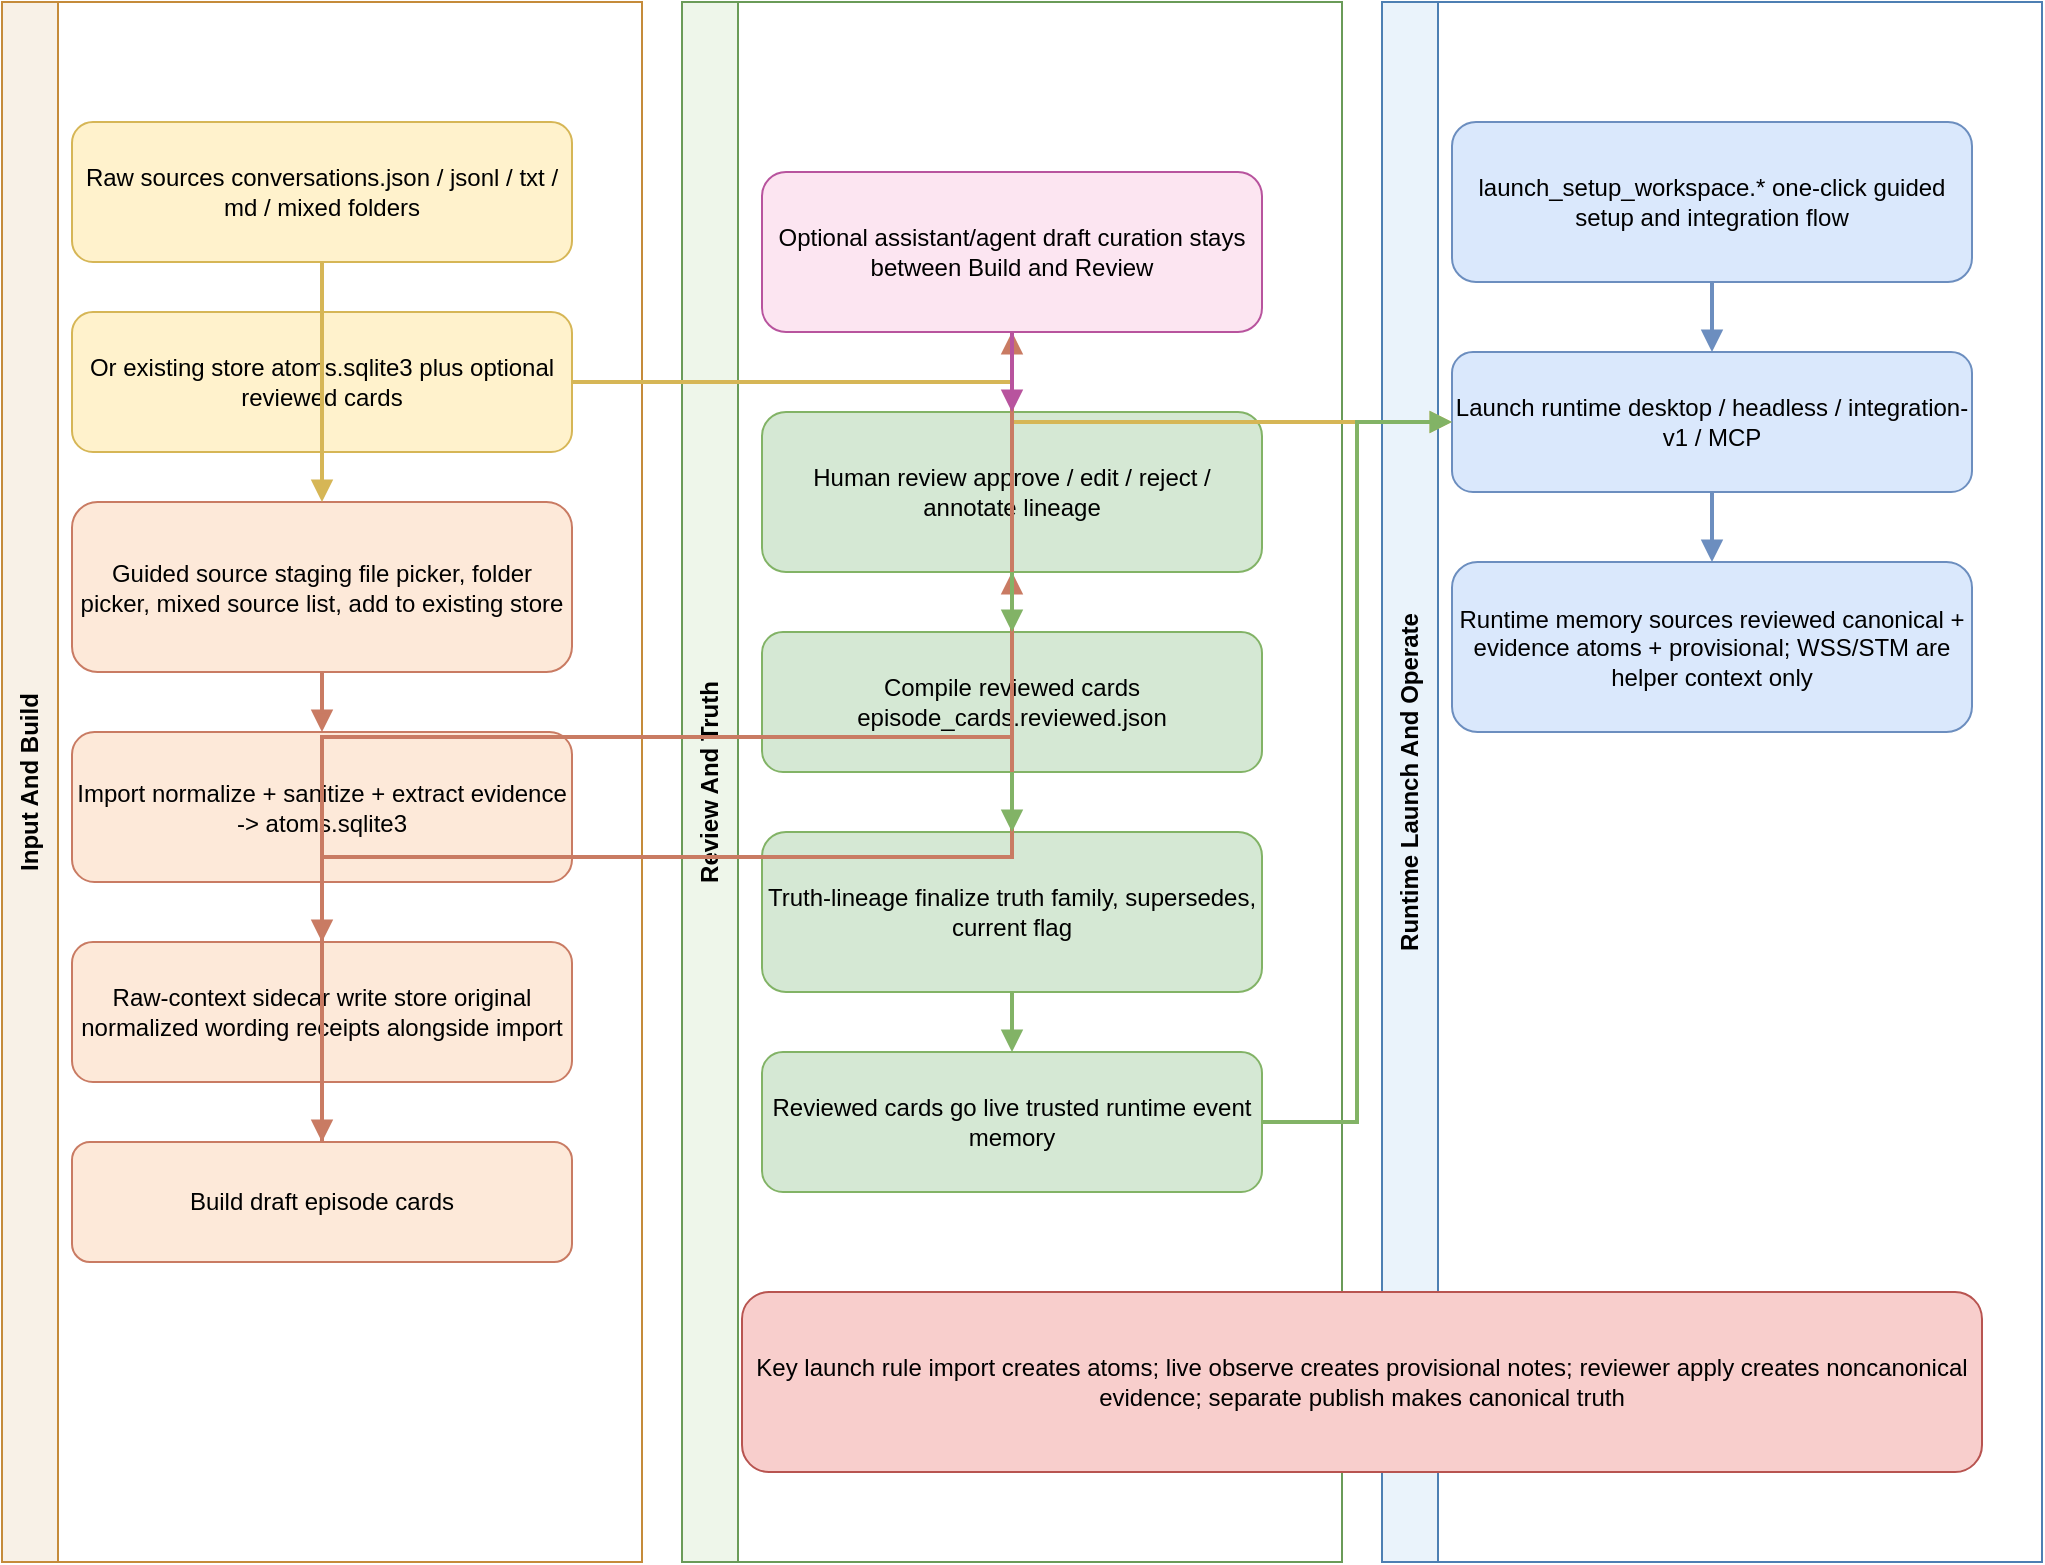
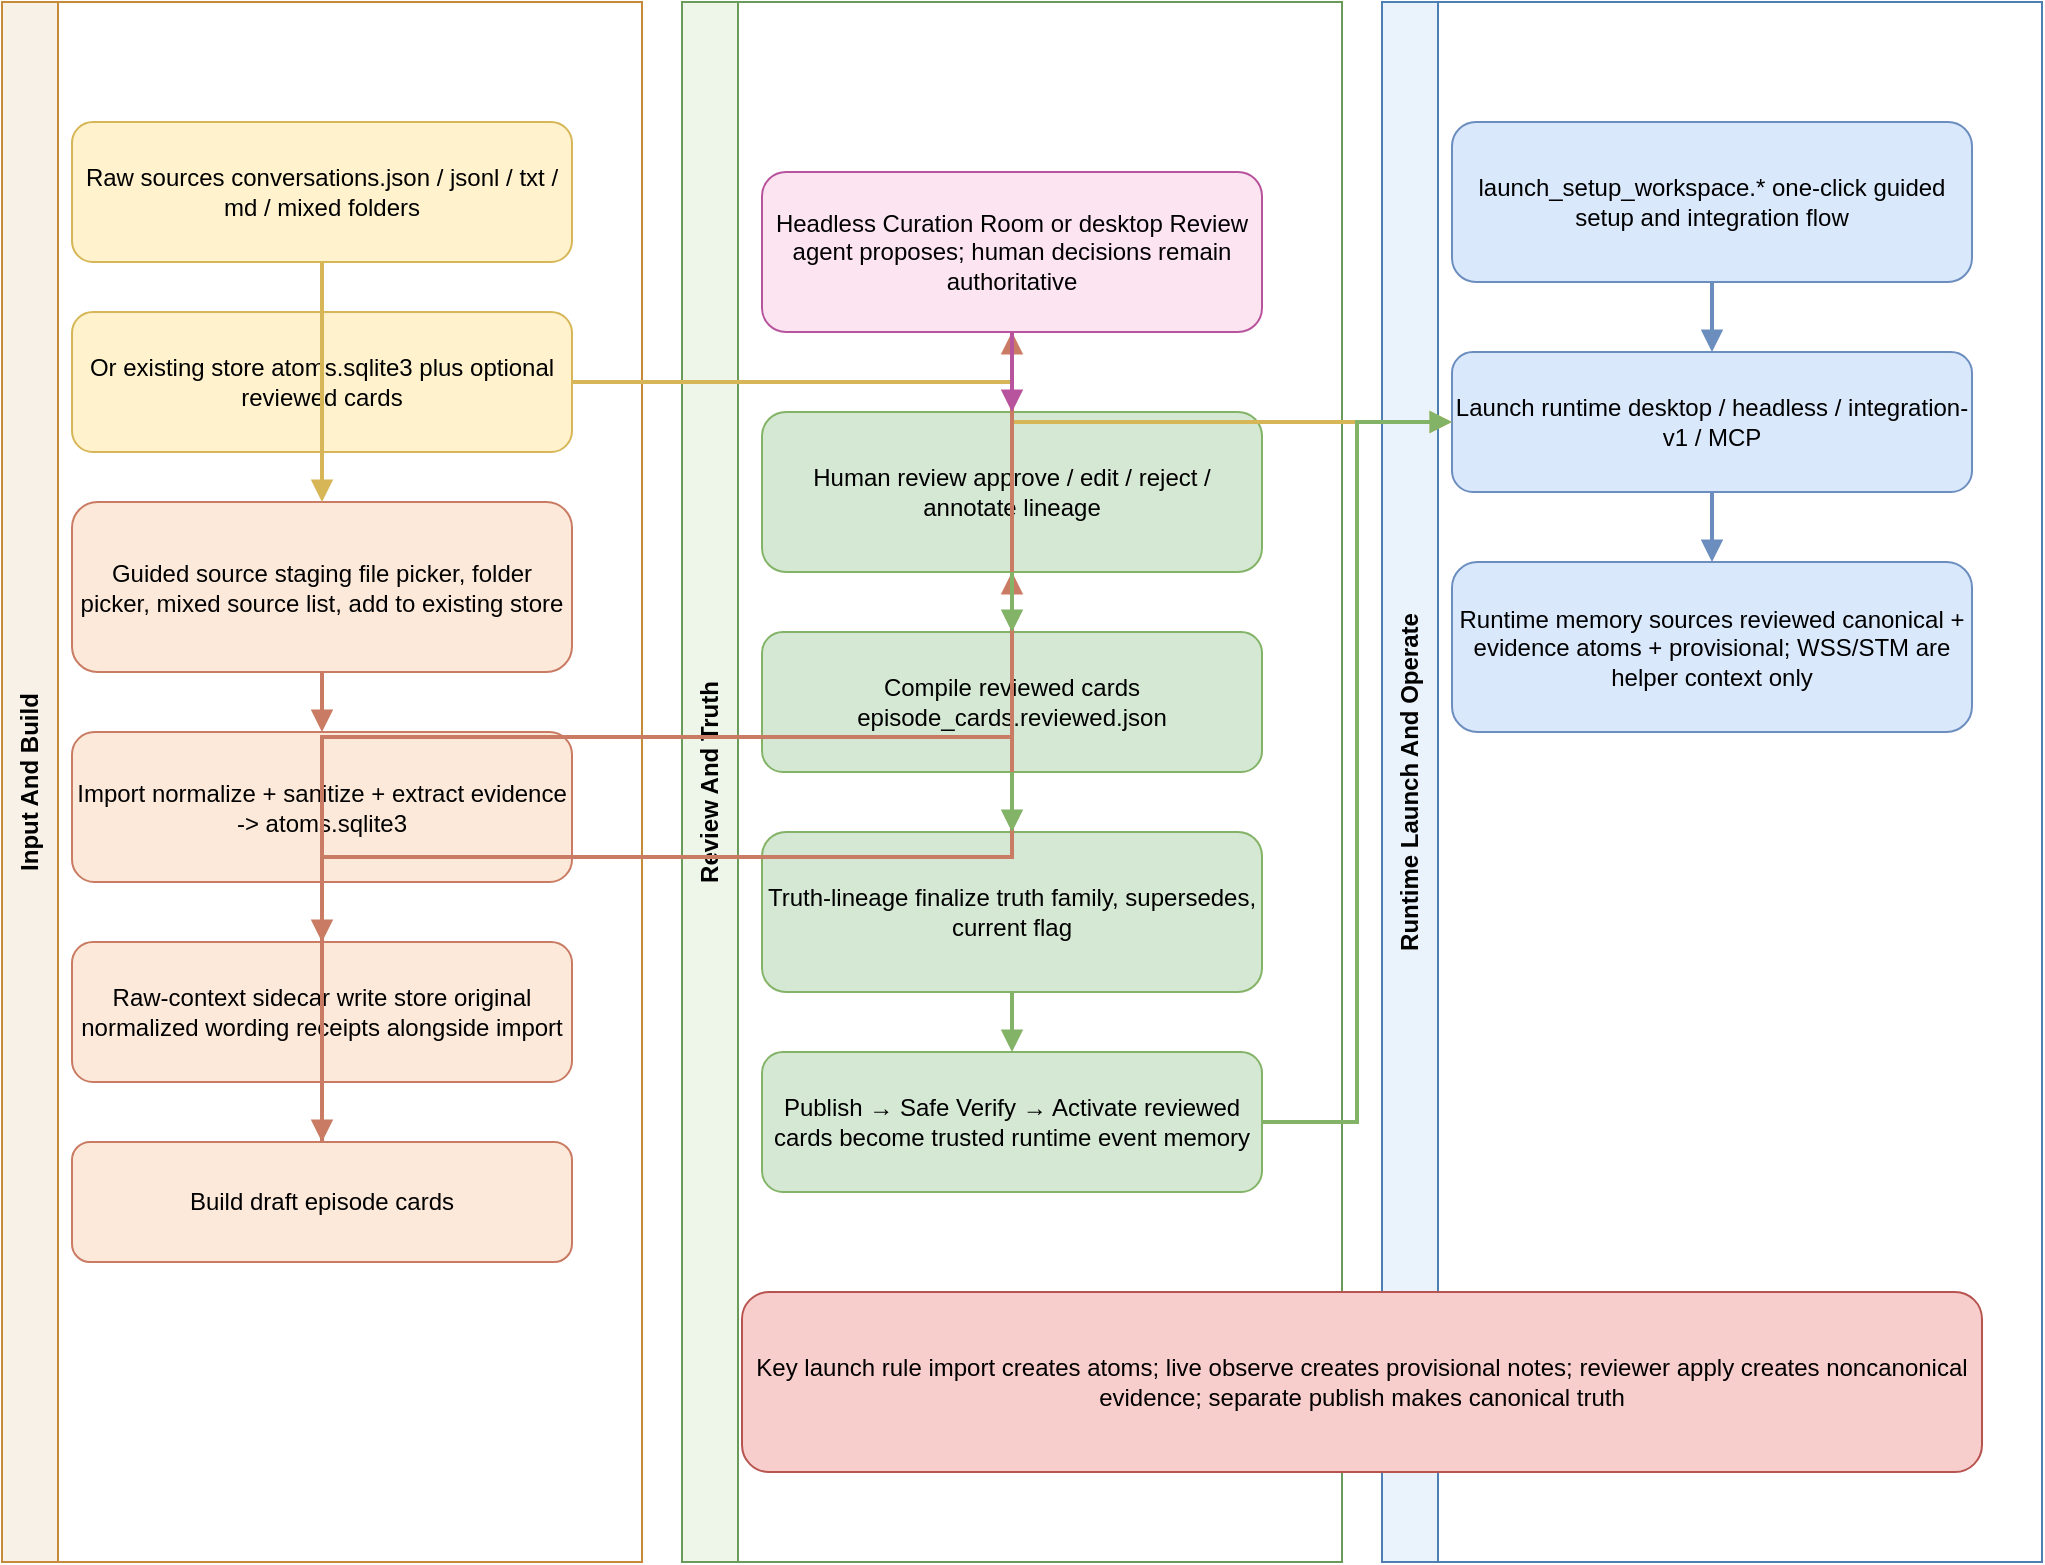
<mxfile host="app.diagrams.net" modified="2026-04-12T23:30:00.000Z" agent="Codex" version="24.7.17">
  <diagram id="launch-pipeline-engineering" name="Engineering Pipeline">
    <mxGraphModel dx="1650" dy="1050" grid="1" gridSize="10" guides="1" tooltips="1" connect="1" arrows="1" fold="1" page="1" pageScale="1" pageWidth="1600" pageHeight="980" math="0" shadow="0">
      <root>
        <mxCell id="0" />
        <mxCell id="1" parent="0" />
        <mxCell id="lane1" value="Input And Build" style="swimlane;whiteSpace=wrap;html=1;rounded=0;horizontal=0;startSize=28;fontStyle=1;fillColor=#f8f1e7;strokeColor=#c58b3a;" vertex="1" parent="1">
          <mxGeometry x="20" y="20" width="320" height="780" as="geometry" />
        </mxCell>
        <mxCell id="lane2" value="Review And Truth" style="swimlane;whiteSpace=wrap;html=1;rounded=0;horizontal=0;startSize=28;fontStyle=1;fillColor=#eef6ea;strokeColor=#6a9b58;" vertex="1" parent="1">
          <mxGeometry x="360" y="20" width="330" height="780" as="geometry" />
        </mxCell>
        <mxCell id="lane3" value="Runtime Launch And Operate" style="swimlane;whiteSpace=wrap;html=1;rounded=0;horizontal=0;startSize=28;fontStyle=1;fillColor=#eaf3fb;strokeColor=#4d7fb3;" vertex="1" parent="1">
          <mxGeometry x="710" y="20" width="330" height="780" as="geometry" />
        </mxCell>
        <mxCell id="l1" value="Raw sources&amp;#10;conversations.json / jsonl / txt / md / mixed folders" style="rounded=1;whiteSpace=wrap;html=1;fillColor=#fff2cc;strokeColor=#d6b656;" vertex="1" parent="1">
          <mxGeometry x="55" y="80" width="250" height="70" as="geometry" />
        </mxCell>
        <mxCell id="l2" value="Or existing store&amp;#10;atoms.sqlite3 plus optional reviewed cards" style="rounded=1;whiteSpace=wrap;html=1;fillColor=#fff2cc;strokeColor=#d6b656;" vertex="1" parent="1">
          <mxGeometry x="55" y="175" width="250" height="70" as="geometry" />
        </mxCell>
        <mxCell id="l3" value="Guided source staging&amp;#10;file picker, folder picker, mixed source list, add to existing store" style="rounded=1;whiteSpace=wrap;html=1;fillColor=#fde9d9;strokeColor=#c97b63;" vertex="1" parent="1">
          <mxGeometry x="55" y="270" width="250" height="85" as="geometry" />
        </mxCell>
        <mxCell id="l4" value="Import&amp;#10;normalize + sanitize + extract evidence -&amp;gt; atoms.sqlite3" style="rounded=1;whiteSpace=wrap;html=1;fillColor=#fde9d9;strokeColor=#c97b63;" vertex="1" parent="1">
          <mxGeometry x="55" y="385" width="250" height="75" as="geometry" />
        </mxCell>
        <mxCell id="l5" value="Raw-context sidecar write&amp;#10;store original normalized wording receipts alongside import" style="rounded=1;whiteSpace=wrap;html=1;fillColor=#fde9d9;strokeColor=#c97b63;" vertex="1" parent="1">
          <mxGeometry x="55" y="490" width="250" height="70" as="geometry" />
        </mxCell>
        <mxCell id="l6" value="Build draft episode cards" style="rounded=1;whiteSpace=wrap;html=1;fillColor=#fde9d9;strokeColor=#c97b63;" vertex="1" parent="1">
          <mxGeometry x="55" y="590" width="250" height="60" as="geometry" />
        </mxCell>
-         <mxCell id="l7" value="Optional assistant/agent draft curation&amp;#10;stays between Build and Review" style="rounded=1;whiteSpace=wrap;html=1;fillColor=#fce5f1;strokeColor=#b8549e;" vertex="1" parent="1">
+         <mxCell id="l7" value="Headless Curation Room or desktop Review&amp;#10;agent proposes; human decisions remain authoritative" style="rounded=1;whiteSpace=wrap;html=1;fillColor=#fce5f1;strokeColor=#b8549e;" vertex="1" parent="1">
          <mxGeometry x="400" y="105" width="250" height="80" as="geometry" />
        </mxCell>
        <mxCell id="l8" value="Human review&amp;#10;approve / edit / reject / annotate lineage" style="rounded=1;whiteSpace=wrap;html=1;fillColor=#d5e8d4;strokeColor=#82b366;" vertex="1" parent="1">
          <mxGeometry x="400" y="225" width="250" height="80" as="geometry" />
        </mxCell>
        <mxCell id="l9" value="Compile reviewed cards&amp;#10;episode_cards.reviewed.json" style="rounded=1;whiteSpace=wrap;html=1;fillColor=#d5e8d4;strokeColor=#82b366;" vertex="1" parent="1">
          <mxGeometry x="400" y="335" width="250" height="70" as="geometry" />
        </mxCell>
        <mxCell id="l10" value="Truth-lineage finalize&amp;#10;truth family, supersedes, current flag" style="rounded=1;whiteSpace=wrap;html=1;fillColor=#d5e8d4;strokeColor=#82b366;" vertex="1" parent="1">
          <mxGeometry x="400" y="435" width="250" height="80" as="geometry" />
        </mxCell>
-         <mxCell id="l11" value="Reviewed cards go live&amp;#10;trusted runtime event memory" style="rounded=1;whiteSpace=wrap;html=1;fillColor=#d5e8d4;strokeColor=#82b366;" vertex="1" parent="1">
+         <mxCell id="l11" value="Publish &amp;#8594; Safe Verify &amp;#8594; Activate&amp;#10;reviewed cards become trusted runtime event memory" style="rounded=1;whiteSpace=wrap;html=1;fillColor=#d5e8d4;strokeColor=#82b366;" vertex="1" parent="1">
          <mxGeometry x="400" y="545" width="250" height="70" as="geometry" />
        </mxCell>
        <mxCell id="l12" value="launch_setup_workspace.*&amp;#10;one-click guided setup and integration flow" style="rounded=1;whiteSpace=wrap;html=1;fillColor=#dae8fc;strokeColor=#6c8ebf;" vertex="1" parent="1">
          <mxGeometry x="745" y="80" width="260" height="80" as="geometry" />
        </mxCell>
        <mxCell id="l13" value="Launch runtime&amp;#10;desktop / headless / integration-v1 / MCP" style="rounded=1;whiteSpace=wrap;html=1;fillColor=#dae8fc;strokeColor=#6c8ebf;" vertex="1" parent="1">
          <mxGeometry x="745" y="195" width="260" height="70" as="geometry" />
        </mxCell>
        <mxCell id="l14" value="Runtime memory sources&amp;#10;reviewed canonical + evidence atoms + provisional; WSS/STM are helper context only" style="rounded=1;whiteSpace=wrap;html=1;fillColor=#dae8fc;strokeColor=#6c8ebf;" vertex="1" parent="1">
          <mxGeometry x="745" y="300" width="260" height="85" as="geometry" />
        </mxCell>
        <mxCell id="l15" value="Key launch rule&amp;#10;import creates atoms; live observe creates provisional notes; reviewer apply creates noncanonical evidence; separate publish makes canonical truth" style="rounded=1;whiteSpace=wrap;html=1;fillColor=#f8cecc;strokeColor=#b85450;" vertex="1" parent="1">
          <mxGeometry x="390" y="665" width="620" height="90" as="geometry" />
        </mxCell>
        <mxCell id="e2" edge="1" parent="1" source="l1" target="l3" style="edgeStyle=orthogonalEdgeStyle;orthogonalLoop=1;jettySize=auto;jumpStyle=arc;jumpSize=6;endArrow=block;endFill=1;html=1;rounded=0;strokeWidth=2;strokeColor=#d6b656;entryX=0.5;entryY=0;entryPerimeter=1;exitX=0.5;exitY=1;exitPerimeter=1;">
          <mxGeometry relative="1" as="geometry" />
        </mxCell>
        <mxCell id="e3" edge="1" parent="1" source="l2" target="l13" style="edgeStyle=orthogonalEdgeStyle;orthogonalLoop=1;jettySize=auto;jumpStyle=arc;jumpSize=6;endArrow=block;endFill=1;html=1;rounded=0;strokeWidth=2;strokeColor=#d6b656;entryX=0;entryY=0.5;entryPerimeter=1;exitX=1;exitY=0.5;exitPerimeter=1;">
          <mxGeometry relative="1" as="geometry" />
        </mxCell>
        <mxCell id="e4" edge="1" parent="1" source="l3" target="l4" style="edgeStyle=orthogonalEdgeStyle;orthogonalLoop=1;jettySize=auto;jumpStyle=arc;jumpSize=6;endArrow=block;endFill=1;html=1;rounded=0;strokeWidth=2;strokeColor=#c97b63;entryX=0.5;entryY=0;entryPerimeter=1;exitX=0.5;exitY=1;exitPerimeter=1;">
          <mxGeometry relative="1" as="geometry" />
        </mxCell>
        <mxCell id="e5" edge="1" parent="1" source="l4" target="l5" style="edgeStyle=orthogonalEdgeStyle;orthogonalLoop=1;jettySize=auto;jumpStyle=arc;jumpSize=6;endArrow=block;endFill=1;html=1;rounded=0;strokeWidth=2;strokeColor=#c97b63;entryX=0.5;entryY=0;entryPerimeter=1;exitX=0.5;exitY=1;exitPerimeter=1;">
          <mxGeometry relative="1" as="geometry" />
        </mxCell>
        <mxCell id="e6" edge="1" parent="1" source="l4" target="l6" style="edgeStyle=orthogonalEdgeStyle;orthogonalLoop=1;jettySize=auto;jumpStyle=arc;jumpSize=6;endArrow=block;endFill=1;html=1;rounded=0;strokeWidth=2;strokeColor=#c97b63;entryX=0.5;entryY=0;entryPerimeter=1;exitX=0.5;exitY=1;exitPerimeter=1;">
          <mxGeometry relative="1" as="geometry" />
        </mxCell>
        <mxCell id="e7" edge="1" parent="1" source="l6" target="l7" style="edgeStyle=orthogonalEdgeStyle;orthogonalLoop=1;jettySize=auto;jumpStyle=arc;jumpSize=6;endArrow=block;endFill=1;html=1;rounded=0;strokeWidth=2;strokeColor=#c97b63;entryX=0.5;entryY=1;entryPerimeter=1;exitX=0.5;exitY=0;exitPerimeter=1;">
          <mxGeometry relative="1" as="geometry" />
        </mxCell>
        <mxCell id="e8" edge="1" parent="1" source="l6" target="l8" style="edgeStyle=orthogonalEdgeStyle;orthogonalLoop=1;jettySize=auto;jumpStyle=arc;jumpSize=6;endArrow=block;endFill=1;html=1;rounded=0;strokeWidth=2;strokeColor=#c97b63;entryX=0.5;entryY=1;entryPerimeter=1;exitX=0.5;exitY=0;exitPerimeter=1;">
          <mxGeometry relative="1" as="geometry" />
        </mxCell>
        <mxCell id="e9" edge="1" parent="1" source="l7" target="l8" style="edgeStyle=orthogonalEdgeStyle;orthogonalLoop=1;jettySize=auto;jumpStyle=arc;jumpSize=6;endArrow=block;endFill=1;html=1;rounded=0;strokeWidth=2;strokeColor=#b8549e;entryX=0.5;entryY=0;entryPerimeter=1;exitX=0.5;exitY=1;exitPerimeter=1;">
          <mxGeometry relative="1" as="geometry" />
        </mxCell>
        <mxCell id="e10" edge="1" parent="1" source="l8" target="l9" style="edgeStyle=orthogonalEdgeStyle;orthogonalLoop=1;jettySize=auto;jumpStyle=arc;jumpSize=6;endArrow=block;endFill=1;html=1;rounded=0;strokeWidth=2;strokeColor=#82b366;entryX=0.5;entryY=0;entryPerimeter=1;exitX=0.5;exitY=1;exitPerimeter=1;">
          <mxGeometry relative="1" as="geometry" />
        </mxCell>
        <mxCell id="e11" edge="1" parent="1" source="l9" target="l10" style="edgeStyle=orthogonalEdgeStyle;orthogonalLoop=1;jettySize=auto;jumpStyle=arc;jumpSize=6;endArrow=block;endFill=1;html=1;rounded=0;strokeWidth=2;strokeColor=#82b366;entryX=0.5;entryY=0;entryPerimeter=1;exitX=0.5;exitY=1;exitPerimeter=1;">
          <mxGeometry relative="1" as="geometry" />
        </mxCell>
        <mxCell id="e12" edge="1" parent="1" source="l10" target="l11" style="edgeStyle=orthogonalEdgeStyle;orthogonalLoop=1;jettySize=auto;jumpStyle=arc;jumpSize=6;endArrow=block;endFill=1;html=1;rounded=0;strokeWidth=2;strokeColor=#82b366;entryX=0.5;entryY=0;entryPerimeter=1;exitX=0.5;exitY=1;exitPerimeter=1;">
          <mxGeometry relative="1" as="geometry" />
        </mxCell>
        <mxCell id="e13" edge="1" parent="1" source="l11" target="l13" style="edgeStyle=orthogonalEdgeStyle;orthogonalLoop=1;jettySize=auto;jumpStyle=arc;jumpSize=6;endArrow=block;endFill=1;html=1;rounded=0;strokeWidth=2;strokeColor=#82b366;entryX=0;entryY=0.5;entryPerimeter=1;exitX=1;exitY=0.5;exitPerimeter=1;">
          <mxGeometry relative="1" as="geometry" />
        </mxCell>
        <mxCell id="e14" edge="1" parent="1" source="l12" target="l13" style="edgeStyle=orthogonalEdgeStyle;orthogonalLoop=1;jettySize=auto;jumpStyle=arc;jumpSize=6;endArrow=block;endFill=1;html=1;rounded=0;strokeWidth=2;strokeColor=#6c8ebf;entryX=0.5;entryY=0;entryPerimeter=1;exitX=0.5;exitY=1;exitPerimeter=1;">
          <mxGeometry relative="1" as="geometry" />
        </mxCell>
        <mxCell id="e15" edge="1" parent="1" source="l13" target="l14" style="edgeStyle=orthogonalEdgeStyle;orthogonalLoop=1;jettySize=auto;jumpStyle=arc;jumpSize=6;endArrow=block;endFill=1;html=1;rounded=0;strokeWidth=2;strokeColor=#6c8ebf;entryX=0.5;entryY=0;entryPerimeter=1;exitX=0.5;exitY=1;exitPerimeter=1;">
          <mxGeometry relative="1" as="geometry" />
        </mxCell>
      </root>
    </mxGraphModel>
  </diagram>
  <diagram id="launch-pipeline-caveman" name="Caveman Pipeline">
    <mxGraphModel dx="1450" dy="900" grid="1" gridSize="10" guides="1" tooltips="1" connect="1" arrows="1" fold="1" page="1" pageScale="1" pageWidth="1450" pageHeight="900" math="0" shadow="0">
      <root>
        <mxCell id="0" />
        <mxCell id="1" parent="0" />
        <mxCell id="q1" value="1. Click the starter file or open the app." style="rounded=1;whiteSpace=wrap;html=1;fillColor=#fff2cc;strokeColor=#d6b656;" vertex="1" parent="1">
          <mxGeometry x="60" y="90" width="240" height="70" as="geometry" />
        </mxCell>
        <mxCell id="q2" value="2. Pick files, folders, or an existing store.&amp;#10;You can mix folders and single files." style="rounded=1;whiteSpace=wrap;html=1;fillColor=#fff2cc;strokeColor=#d6b656;" vertex="1" parent="1">
          <mxGeometry x="360" y="90" width="280" height="90" as="geometry" />
        </mxCell>
        <mxCell id="q3" value="3. MNO cleans the pile and makes atoms.&amp;#10;Atoms = small evidence pieces." style="rounded=1;whiteSpace=wrap;html=1;fillColor=#fde9d9;strokeColor=#c97b63;" vertex="1" parent="1">
          <mxGeometry x="700" y="90" width="260" height="90" as="geometry" />
        </mxCell>
        <mxCell id="q4" value="4. MNO also keeps a wording receipt for quote checks." style="rounded=1;whiteSpace=wrap;html=1;fillColor=#fde9d9;strokeColor=#c97b63;" vertex="1" parent="1">
          <mxGeometry x="1020" y="90" width="260" height="80" as="geometry" />
        </mxCell>
        <mxCell id="q5" value="5. MNO builds rough story cards.&amp;#10;Rough = draft, not trusted yet." style="rounded=1;whiteSpace=wrap;html=1;fillColor=#fde9d9;strokeColor=#c97b63;" vertex="1" parent="1">
          <mxGeometry x="160" y="280" width="270" height="90" as="geometry" />
        </mxCell>
        <mxCell id="q6" value="6. Assistant/agent can help clean the draft, but it stays draft-only." style="rounded=1;whiteSpace=wrap;html=1;fillColor=#fce5f1;strokeColor=#b8549e;" vertex="1" parent="1">
          <mxGeometry x="500" y="280" width="310" height="90" as="geometry" />
        </mxCell>
        <mxCell id="q7" value="7. Human decides what becomes trusted memory." style="rounded=1;whiteSpace=wrap;html=1;fillColor=#d5e8d4;strokeColor=#82b366;" vertex="1" parent="1">
          <mxGeometry x="880" y="280" width="280" height="80" as="geometry" />
        </mxCell>
        <mxCell id="q8" value="8. Corrected reviewed cards stay linked so old vs current truth is clearer." style="rounded=1;whiteSpace=wrap;html=1;fillColor=#d5e8d4;strokeColor=#82b366;" vertex="1" parent="1">
          <mxGeometry x="260" y="470" width="360" height="90" as="geometry" />
        </mxCell>
        <mxCell id="q9" value="9. Reviewed memory goes live in the runtime." style="rounded=1;whiteSpace=wrap;html=1;fillColor=#dae8fc;strokeColor=#6c8ebf;" vertex="1" parent="1">
          <mxGeometry x="700" y="470" width="280" height="80" as="geometry" />
        </mxCell>
        <mxCell id="q10" value="Words to know&amp;#10;MCP = Model Context Protocol&amp;#10;ANN = approximate nearest neighbor&amp;#10;WSS = work-session scratchpad" style="rounded=1;whiteSpace=wrap;html=1;fillColor=#e1d5e7;strokeColor=#9673a6;" vertex="1" parent="1">
          <mxGeometry x="480" y="640" width="320" height="90" as="geometry" />
        </mxCell>
        <mxCell id="e2" edge="1" parent="1" source="q1" target="q2" style="edgeStyle=orthogonalEdgeStyle;orthogonalLoop=1;jettySize=auto;jumpStyle=arc;jumpSize=6;endArrow=block;endFill=1;html=1;rounded=0;strokeWidth=2;strokeColor=#d6b656;entryX=0;entryY=0.5;entryPerimeter=1;exitX=1;exitY=0.5;exitPerimeter=1;">
          <mxGeometry relative="1" as="geometry" />
        </mxCell>
        <mxCell id="e3" edge="1" parent="1" source="q2" target="q3" style="edgeStyle=orthogonalEdgeStyle;orthogonalLoop=1;jettySize=auto;jumpStyle=arc;jumpSize=6;endArrow=block;endFill=1;html=1;rounded=0;strokeWidth=2;strokeColor=#d6b656;entryX=0;entryY=0.5;entryPerimeter=1;exitX=1;exitY=0.5;exitPerimeter=1;">
          <mxGeometry relative="1" as="geometry" />
        </mxCell>
        <mxCell id="e4" edge="1" parent="1" source="q3" target="q4" style="edgeStyle=orthogonalEdgeStyle;orthogonalLoop=1;jettySize=auto;jumpStyle=arc;jumpSize=6;endArrow=block;endFill=1;html=1;rounded=0;strokeWidth=2;strokeColor=#c97b63;entryX=0;entryY=0.5;entryPerimeter=1;exitX=1;exitY=0.5;exitPerimeter=1;">
          <mxGeometry relative="1" as="geometry" />
        </mxCell>
        <mxCell id="e5" edge="1" parent="1" source="q3" target="q5" style="edgeStyle=orthogonalEdgeStyle;orthogonalLoop=1;jettySize=auto;jumpStyle=arc;jumpSize=6;endArrow=block;endFill=1;html=1;rounded=0;strokeWidth=2;strokeColor=#c97b63;entryX=1;entryY=0.5;entryPerimeter=1;exitX=0;exitY=0.5;exitPerimeter=1;">
          <mxGeometry relative="1" as="geometry" />
        </mxCell>
        <mxCell id="e6" edge="1" parent="1" source="q5" target="q6" style="edgeStyle=orthogonalEdgeStyle;orthogonalLoop=1;jettySize=auto;jumpStyle=arc;jumpSize=6;endArrow=block;endFill=1;html=1;rounded=0;strokeWidth=2;strokeColor=#c97b63;entryX=0;entryY=0.5;entryPerimeter=1;exitX=1;exitY=0.5;exitPerimeter=1;">
          <mxGeometry relative="1" as="geometry" />
        </mxCell>
        <mxCell id="e7" edge="1" parent="1" source="q6" target="q7" style="edgeStyle=orthogonalEdgeStyle;orthogonalLoop=1;jettySize=auto;jumpStyle=arc;jumpSize=6;endArrow=block;endFill=1;html=1;rounded=0;strokeWidth=2;strokeColor=#b8549e;entryX=0;entryY=0.5;entryPerimeter=1;exitX=1;exitY=0.5;exitPerimeter=1;">
          <mxGeometry relative="1" as="geometry" />
        </mxCell>
        <mxCell id="e8" edge="1" parent="1" source="q7" target="q8" style="edgeStyle=orthogonalEdgeStyle;orthogonalLoop=1;jettySize=auto;jumpStyle=arc;jumpSize=6;endArrow=block;endFill=1;html=1;rounded=0;strokeWidth=2;strokeColor=#82b366;entryX=1;entryY=0.5;entryPerimeter=1;exitX=0;exitY=0.5;exitPerimeter=1;">
          <mxGeometry relative="1" as="geometry" />
        </mxCell>
        <mxCell id="e9" edge="1" parent="1" source="q8" target="q9" style="edgeStyle=orthogonalEdgeStyle;orthogonalLoop=1;jettySize=auto;jumpStyle=arc;jumpSize=6;endArrow=block;endFill=1;html=1;rounded=0;strokeWidth=2;strokeColor=#82b366;entryX=0;entryY=0.5;entryPerimeter=1;exitX=1;exitY=0.5;exitPerimeter=1;">
          <mxGeometry relative="1" as="geometry" />
        </mxCell>
      </root>
    </mxGraphModel>
  </diagram>
</mxfile>
